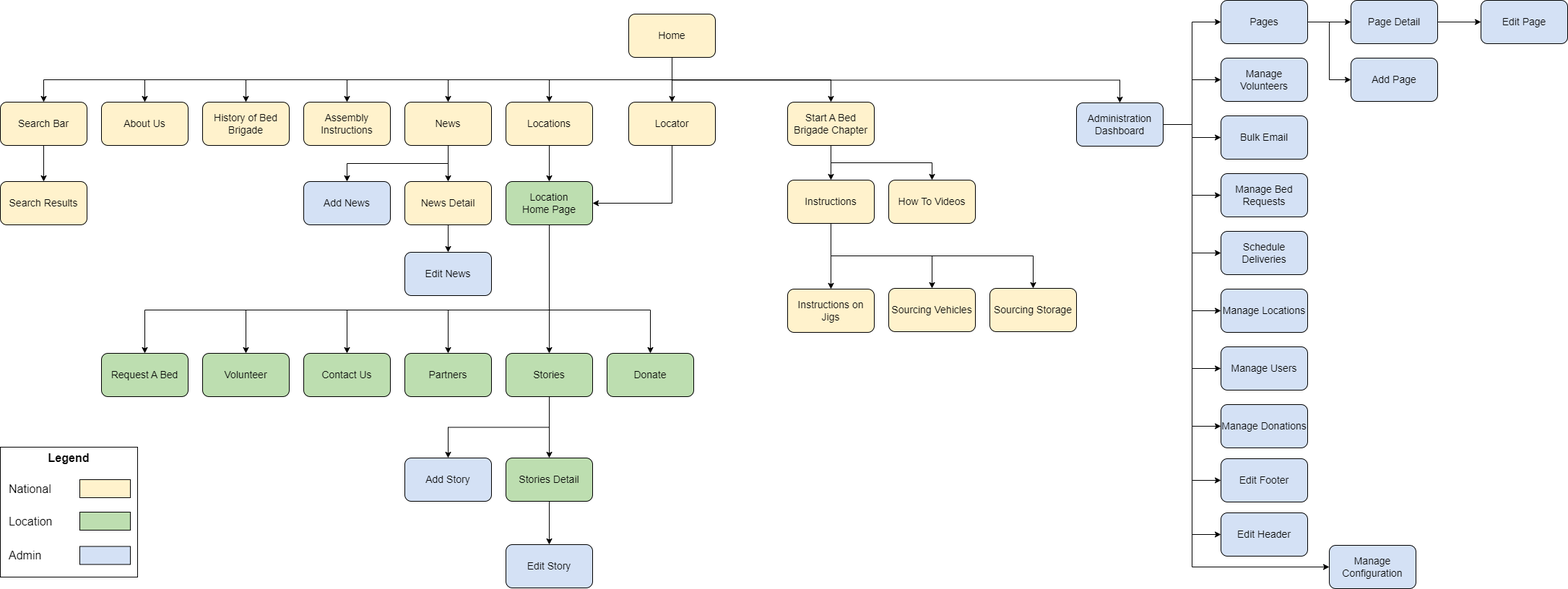
This is Documentation/Design/Information Architecture Diagram.png from GregFinzer/BedBrigadeNational, a draw.io export, as it was before one commit. Source tidied: cells renumbered, new cells last; positions are measured from the earlier drawing's top-left corner, leaving out a move shared by most shapes.
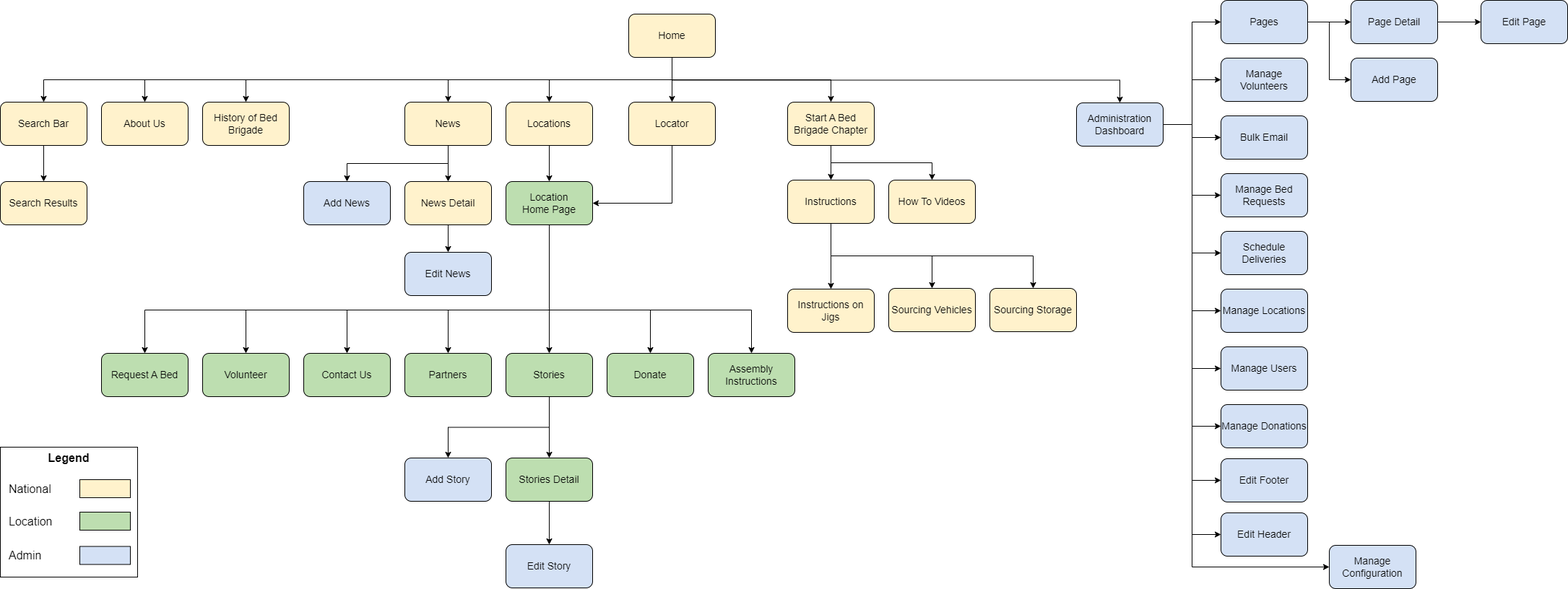
The same diagram one commit later.

Commit message:
Update Application Infrastructure Diagram and Information Architecture Diagram

What changed in the source:
```diff
@@ -8,9 +8,6 @@
     <mxCell id="3" style="edgeStyle=orthogonalEdgeStyle;rounded=0;jettySize=auto;html=1;exitX=0.5;exitY=1;exitDx=0;exitDy=0;entryX=0.5;entryY=0;entryDx=0;entryDy=0;" parent="1" edge="1" source="11" target="13">
       <mxGeometry relative="1" as="geometry" />
     </mxCell>
-    <mxCell id="4" style="edgeStyle=orthogonalEdgeStyle;rounded=0;jettySize=auto;html=1;exitX=0.5;exitY=1;exitDx=0;exitDy=0;entryX=0.5;entryY=0;entryDx=0;entryDy=0;" parent="1" edge="1" source="11" target="14">
-      <mxGeometry relative="1" as="geometry" />
-    </mxCell>
     <mxCell id="5" style="edgeStyle=orthogonalEdgeStyle;rounded=0;jettySize=auto;html=1;exitX=0.5;exitY=1;exitDx=0;exitDy=0;" parent="1" edge="1" source="11" target="17">
       <mxGeometry relative="1" as="geometry" />
     </mxCell>
@@ -43,8 +40,8 @@
     <mxCell id="13" value="&lt;font style=&quot;font-size: 14px;&quot;&gt;History of Bed Brigade&lt;/font&gt;" style="rounded=1;whiteSpace=wrap;html=1;fillColor=#FFF2CC;" parent="1" vertex="1">
       <mxGeometry x="280" y="141" width="120" height="60" as="geometry" />
     </mxCell>
-    <mxCell id="14" value="&lt;font style=&quot;font-size: 14px;&quot;&gt;Assembly&lt;br&gt;Instructions&lt;/font&gt;" style="rounded=1;whiteSpace=wrap;html=1;fillColor=#FFF2CC;" parent="1" vertex="1">
-      <mxGeometry x="420" y="141" width="120" height="60" as="geometry" />
+    <mxCell id="14" value="&lt;font style=&quot;font-size: 14px;&quot;&gt;Assembly&lt;br&gt;Instructions&lt;/font&gt;" style="rounded=1;whiteSpace=wrap;html=1;fillColor=#BDDEB0;" parent="1" vertex="1">
+      <mxGeometry x="980" y="489" width="120" height="60" as="geometry" />
     </mxCell>
     <mxCell id="15" style="edgeStyle=orthogonalEdgeStyle;rounded=0;jettySize=auto;html=1;exitX=0.5;exitY=1;exitDx=0;exitDy=0;entryX=0.5;entryY=0;entryDx=0;entryDy=0;" parent="1" edge="1" source="17" target="21">
       <mxGeometry relative="1" as="geometry" />
@@ -110,6 +107,14 @@
         </Array>
       </mxGeometry>
     </mxCell>
+    <mxCell id="96" style="edgeStyle=orthogonalEdgeStyle;rounded=0;jettySize=auto;html=1;exitX=0.5;exitY=1;exitDx=0;exitDy=0;entryX=0.5;entryY=0;entryDx=0;entryDy=0;" parent="1" edge="1" source="28" target="14">
+      <mxGeometry relative="1" as="geometry">
+        <Array as="points">
+          <mxPoint x="760" y="429" />
+          <mxPoint x="1040" y="429" />
+        </Array>
+      </mxGeometry>
+    </mxCell>
     <mxCell id="28" value="&lt;font style=&quot;font-size: 14px;&quot;&gt;Location&lt;br&gt;Home Page&lt;/font&gt;" style="rounded=1;whiteSpace=wrap;html=1;fillColor=#BDDEB0;" parent="1" vertex="1">
       <mxGeometry x="700" y="251" width="120" height="60" as="geometry" />
     </mxCell>
```
